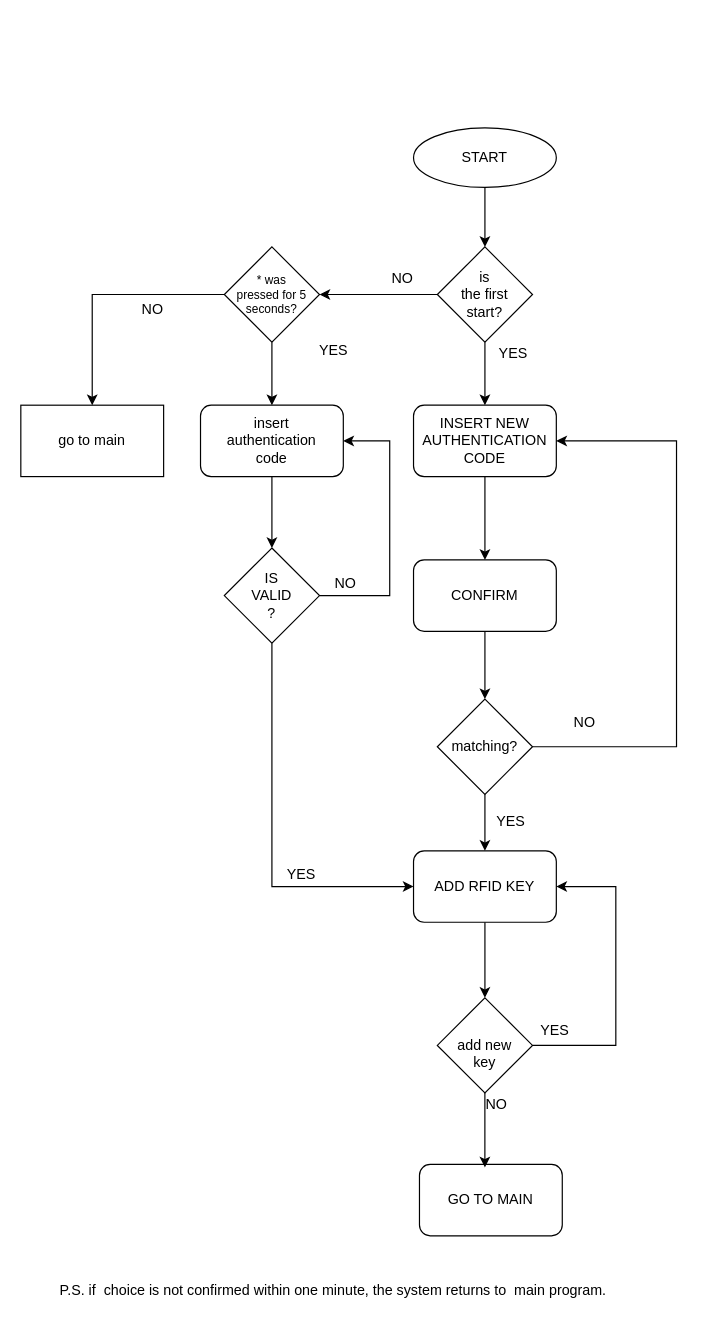
antovar70/CiabattaDomotica keeps this draw.io diagram as ANTIFURTO_MAIN.drawio. Above is the earlier version. Source tidied: cells renumbered, new cells numbered last; positions are measured from the earlier drawing's top-left corner, leaving out a move shared by most shapes. Both pictures are drawn from the tidied source at 119%, with x=0, y=0 at pixel (20, 127).
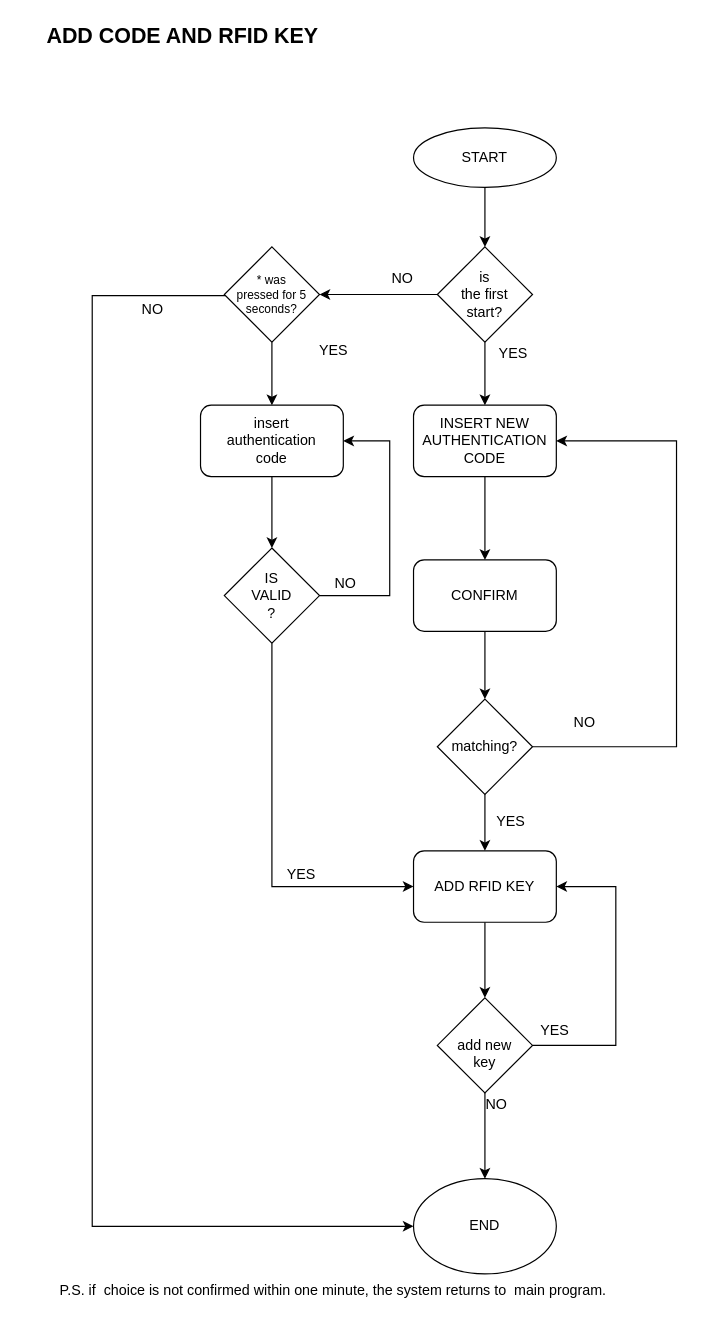
The same page after the edit.

The change refers to these unchanged cells:
```xml
<mxCell id="23" value="&lt;div style=&quot;font-size: 10px&quot;&gt;&lt;font style=&quot;font-size: 10px&quot;&gt;* was &lt;br&gt;&lt;/font&gt;&lt;/div&gt;&lt;div style=&quot;font-size: 10px&quot;&gt;&lt;font style=&quot;font-size: 10px&quot;&gt;pressed for 5 seconds?&lt;/font&gt;&lt;/div&gt;" style="rhombus;whiteSpace=wrap;html=1;" parent="1" vertex="1">
  <mxGeometry x="171" y="100" width="80" height="80" as="geometry" />
</mxCell>
<mxCell id="31" value="&lt;div&gt;&lt;br&gt;&lt;/div&gt;&lt;div&gt;add new&lt;/div&gt;&lt;div&gt;key&lt;br&gt;&lt;/div&gt;" style="rhombus;whiteSpace=wrap;html=1;" parent="1" vertex="1">
  <mxGeometry x="350" y="731" width="80" height="80" as="geometry" />
</mxCell>
```

The edit, as a diff of the source:
```diff
@@
-    <mxCell id="7" value="go to main" style="rounded=0;whiteSpace=wrap;html=1;" parent="1" vertex="1">
-      <mxGeometry y="233" width="120" height="60" as="geometry" />
-    </mxCell>
@@
-    <mxCell id="18" value="GO TO MAIN " style="rounded=1;whiteSpace=wrap;html=1;" parent="1" vertex="1">
-      <mxGeometry x="335" y="871" width="120" height="60" as="geometry" />
-    </mxCell>
@@
-    <mxCell id="21" style="edgeStyle=orthogonalEdgeStyle;rounded=0;jettySize=auto;html=1;entryX=0.5;entryY=0;entryDx=0;entryDy=0;" parent="1" edge="1" source="23" target="7">
-      <mxGeometry relative="1" as="geometry" />
+    <mxCell id="21" style="edgeStyle=orthogonalEdgeStyle;rounded=0;jettySize=auto;html=1;entryX=0;entryY=0.5;entryDx=0;entryDy=0;" parent="1" edge="1" source="23" target="40">
+      <mxGeometry relative="1" as="geometry">
+        <Array as="points">
+          <mxPoint x="60" y="141" />
+          <mxPoint x="60" y="923" />
+        </Array>
+      </mxGeometry>
     </mxCell>
@@
-    <mxCell id="29" style="edgeStyle=orthogonalEdgeStyle;rounded=0;jettySize=auto;html=1;entryX=0.458;entryY=0.042;entryDx=0;entryDy=0;entryPerimeter=0;" parent="1" edge="1" source="31" target="18">
+    <mxCell id="29" style="edgeStyle=orthogonalEdgeStyle;rounded=0;jettySize=auto;html=1;entryX=0.5;entryY=0;entryDx=0;entryDy=0;" parent="1" edge="1" source="31" target="40">
       <mxGeometry relative="1" as="geometry" />
     </mxCell>
@@
+    <mxCell id="40" value="END" style="ellipse;whiteSpace=wrap;html=1;" parent="1" vertex="1">
+      <mxGeometry x="330" y="883" width="120" height="80" as="geometry" />
+    </mxCell>
+    <mxCell id="41" value="&lt;font style=&quot;font-size: 18px&quot;&gt;&lt;b&gt;ADD CODE AND RFID KEY&lt;/b&gt;&lt;/font&gt;" style="text;html=1;align=left;verticalAlign=top;spacingTop=-4;strokeWidth=3;" parent="1" vertex="1">
+      <mxGeometry x="20" y="-90" width="240" height="20" as="geometry" />
+    </mxCell>
```
